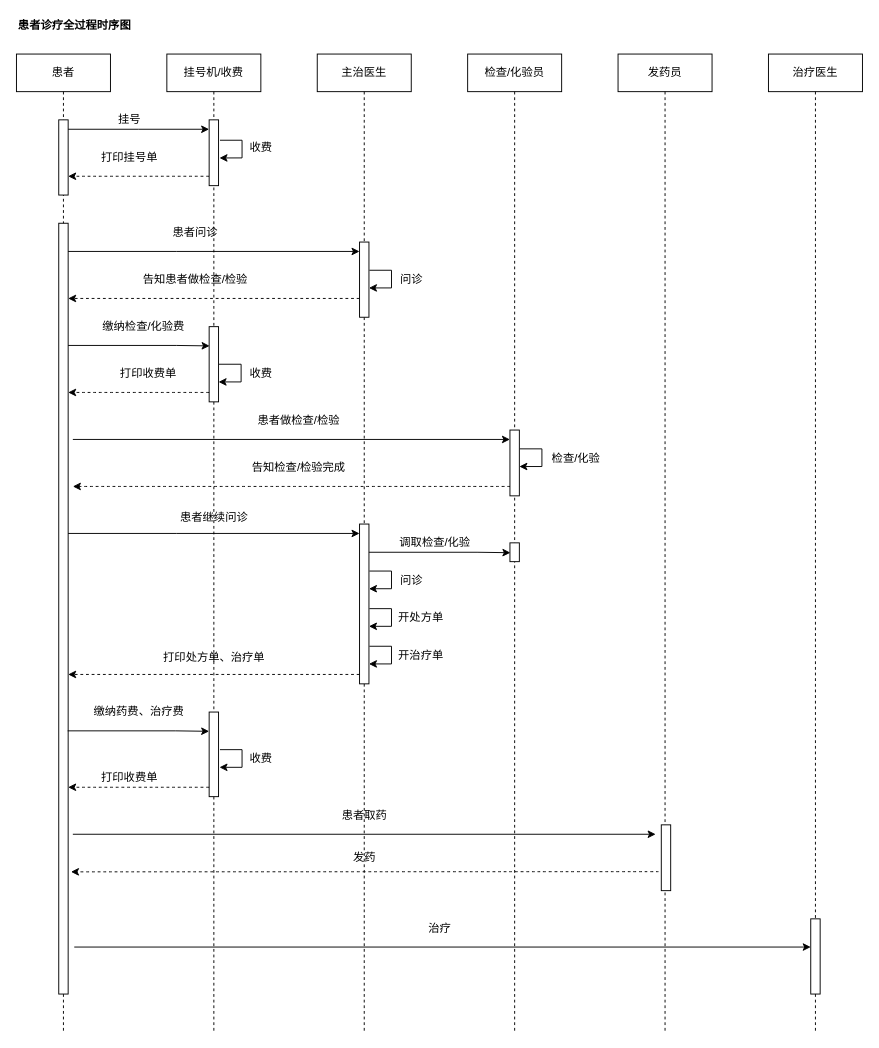
This is page "patient-inquiry" (1 of 2) of src/work/past/hongkang/overview.drawio from ab-doc/draw.io, a draw.io file, before an edit. Source tidied: cells renumbered, new cells numbered last; positions are measured from the earlier drawing's top-left corner, leaving out a move shared by most shapes. Both pictures are drawn from the tidied source at 94%, with x=0, y=0 at pixel (16, 16).
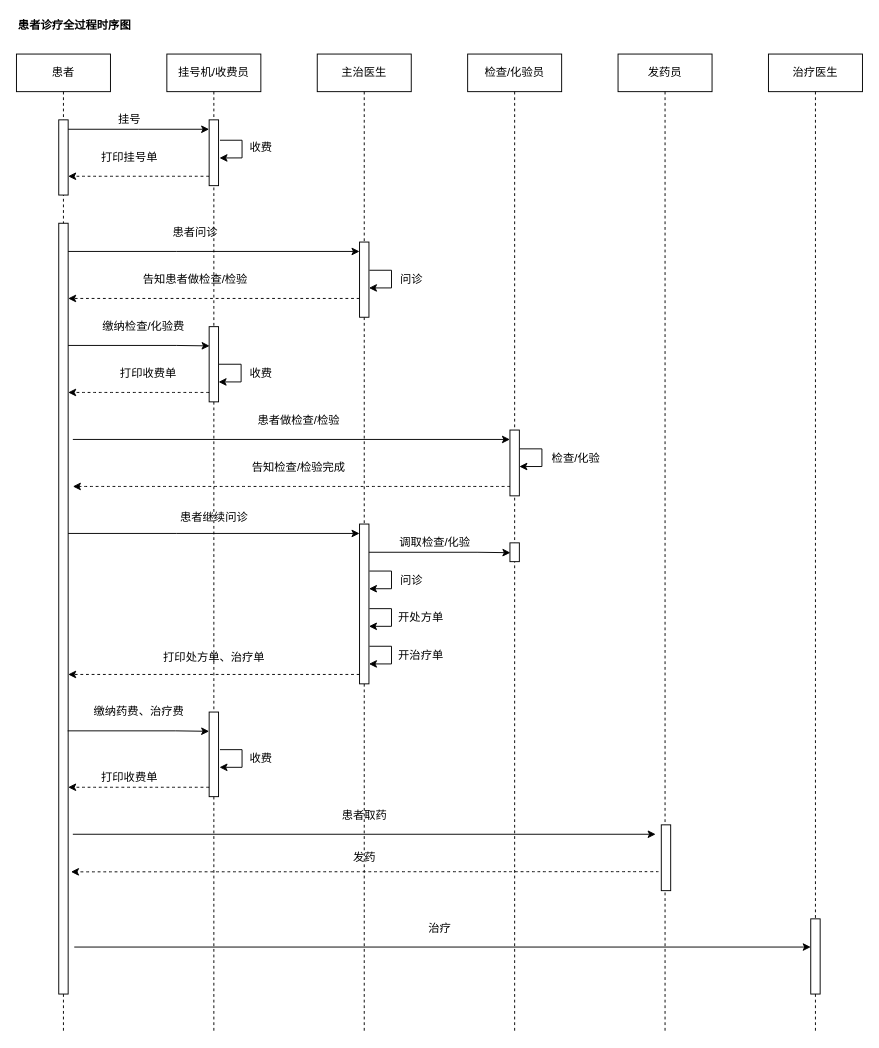
The same diagram, later.

Change to the diagram source:
```diff
@@
-    <mxCell id="12" value="挂号机/收费" style="shape=umlLifeline;perimeter=lifelinePerimeter;whiteSpace=wrap;html=1;" parent="1" vertex="1">
+    <mxCell id="12" value="挂号机/收费员" style="shape=umlLifeline;perimeter=lifelinePerimeter;whiteSpace=wrap;html=1;" parent="1" vertex="1">
       <mxGeometry x="160" y="40" width="100" height="1040" as="geometry" />
     </mxCell>
```
